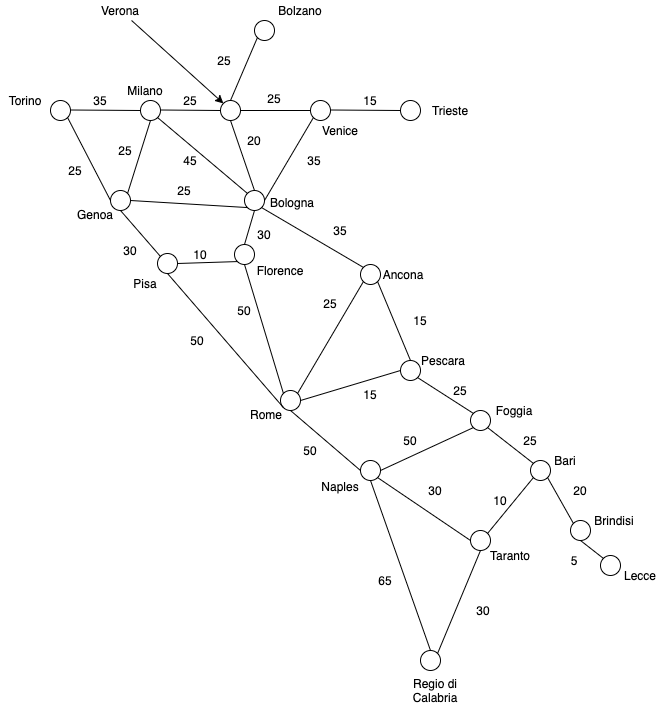
gatihe/guiati9.dev keeps this draw.io diagram as img/posts_img/italy_routes_prices.png. Above is the earlier version. Source tidied: cells renumbered, new cells last; positions are measured from the earlier drawing's top-left corner, leaving out a move shared by most shapes.
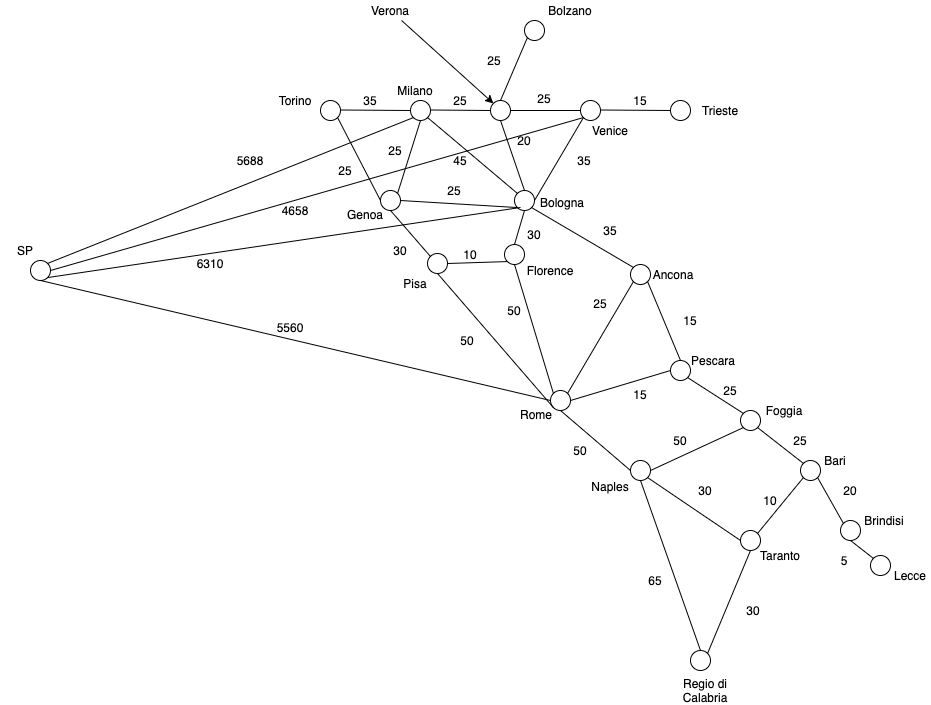
Above is the later version.

Change to the diagram source:
```diff
@@ -320,5 +320,39 @@
     <mxCell id="102" value="Florence" style="text;html=1;strokeColor=none;fillColor=none;align=center;verticalAlign=middle;whiteSpace=wrap;rounded=0;" parent="1" vertex="1">
       <mxGeometry x="260" y="260" width="40" height="20" as="geometry" />
     </mxCell>
+    <mxCell id="103" style="ellipse;whiteSpace=wrap;html=1;" parent="1" vertex="1">
+      <mxGeometry x="-240" y="260" width="20" height="20" as="geometry" />
+    </mxCell>
+    <mxCell id="104" style="endArrow=none;html=1;exitX=1;exitY=0;exitDx=0;exitDy=0;entryX=0;entryY=1;entryDx=0;entryDy=0;" parent="1" edge="1" source="103" target="4">
+      <mxGeometry relative="1" as="geometry" />
+    </mxCell>
+    <mxCell id="105" value="SP" style="text;html=1;strokeColor=none;fillColor=none;align=center;verticalAlign=middle;whiteSpace=wrap;rounded=0;" parent="1" vertex="1">
+      <mxGeometry x="-270" y="240" width="50" height="20" as="geometry" />
+    </mxCell>
+    <mxCell id="106" style="endArrow=none;html=1;exitX=1;exitY=1;exitDx=0;exitDy=0;" parent="1" edge="1" source="103">
+      <mxGeometry relative="1" as="geometry">
+        <mxPoint x="250" y="207" as="targetPoint" />
+      </mxGeometry>
+    </mxCell>
+    <mxCell id="107" style="endArrow=none;html=1;exitX=0;exitY=1;exitDx=0;exitDy=0;" parent="1" edge="1" source="2">
+      <mxGeometry relative="1" as="geometry">
+        <mxPoint x="-220" y="270" as="targetPoint" />
+      </mxGeometry>
+    </mxCell>
+    <mxCell id="108" style="endArrow=none;html=1;exitX=0.5;exitY=1;exitDx=0;exitDy=0;entryX=0;entryY=0.5;entryDx=0;entryDy=0;" parent="1" edge="1" source="103" target="14">
+      <mxGeometry relative="1" as="geometry" />
+    </mxCell>
+    <mxCell id="109" value="5560" style="text;html=1;strokeColor=none;fillColor=none;align=center;verticalAlign=middle;whiteSpace=wrap;rounded=0;" parent="1" vertex="1">
+      <mxGeometry y="317" width="40" height="20" as="geometry" />
+    </mxCell>
+    <mxCell id="110" value="6310" style="text;html=1;strokeColor=none;fillColor=none;align=center;verticalAlign=middle;whiteSpace=wrap;rounded=0;" parent="1" vertex="1">
+      <mxGeometry x="-80" y="253" width="40" height="20" as="geometry" />
+    </mxCell>
+    <mxCell id="111" value="4658" style="text;html=1;strokeColor=none;fillColor=none;align=center;verticalAlign=middle;whiteSpace=wrap;rounded=0;" parent="1" vertex="1">
+      <mxGeometry x="5" y="200" width="40" height="20" as="geometry" />
+    </mxCell>
+    <mxCell id="112" value="5688" style="text;html=1;strokeColor=none;fillColor=none;align=center;verticalAlign=middle;whiteSpace=wrap;rounded=0;" parent="1" vertex="1">
+      <mxGeometry x="-40" y="150" width="40" height="20" as="geometry" />
+    </mxCell>
   </root>
 </mxGraphModel>
```
